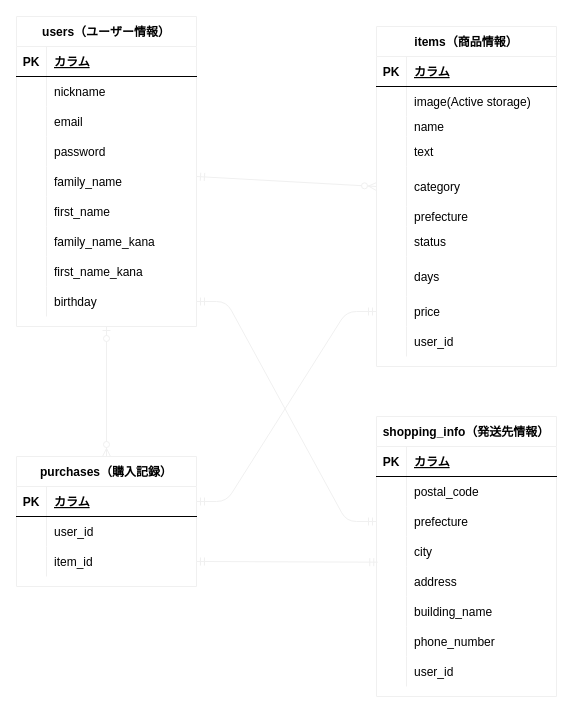
Above: furima.dio in matsunaga1994/furima-35546 (draw.io), before the change. Source tidied: cells renumbered, new cells numbered last; positions are measured from the earlier drawing's top-left corner, leaving out a move shared by most shapes. Both pictures are drawn from the tidied source at 100%, with x=0, y=0 at pixel (16, 16).
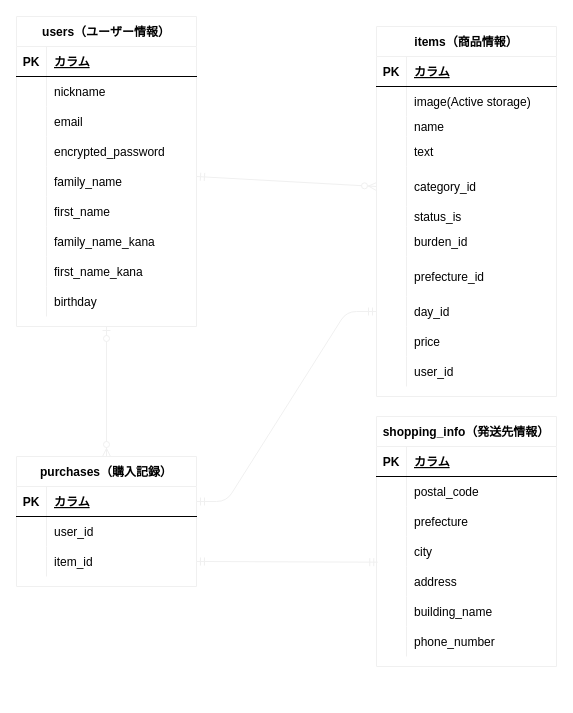
After the change.

Commit message (it also covers changes not shown here):
ER図、README修正

Unchanged cells that the change refers to:
```xml
<mxCell id="12" style="shape=partialRectangle;fillColor=none;top=0;left=0;bottom=0;right=0;" parent="2" vertex="1">
  <mxGeometry y="120" width="180" height="30" as="geometry" />
</mxCell>
<mxCell id="27" style="shape=partialRectangle;fillColor=none;top=0;left=0;bottom=0;right=0;points=[[0,0.5],[1,0.5]];portConstraint=eastwest;" parent="2" vertex="1">
  <mxGeometry y="270" width="180" height="30" as="geometry" />
</mxCell>
<mxCell id="43" style="shape=partialRectangle;fillColor=none;top=0;left=0;bottom=0;right=0;points=[[0,0.5],[1,0.5]];portConstraint=eastwest;" parent="30" vertex="1">
  <mxGeometry y="140" width="180" height="40" as="geometry" />
</mxCell>
<mxCell id="46" style="shape=partialRectangle;fillColor=none;top=0;left=0;bottom=0;right=0;" parent="30" vertex="1">
  <mxGeometry y="180" width="180" height="20" as="geometry" />
</mxCell>
<mxCell id="49" style="shape=partialRectangle;fillColor=none;top=0;left=0;bottom=0;right=0;" parent="30" vertex="1">
  <mxGeometry y="200" width="180" height="30" as="geometry" />
</mxCell>
<mxCell id="52" style="shape=partialRectangle;fillColor=none;top=0;left=0;bottom=0;right=0;" parent="30" vertex="1">
  <mxGeometry y="230" width="180" height="40" as="geometry" />
</mxCell>
<mxCell id="55" style="shape=partialRectangle;fillColor=none;top=0;left=0;bottom=0;right=0;points=[[0,0.5],[1,0.5]];portConstraint=eastwest;" parent="30" vertex="1">
  <mxGeometry y="270" width="180" height="30" as="geometry" />
</mxCell>
<mxCell id="58" style="shape=partialRectangle;fillColor=none;top=0;left=0;bottom=0;right=0;" parent="30" vertex="1">
  <mxGeometry y="300" width="180" height="30" as="geometry" />
</mxCell>
<mxCell id="78" style="shape=partialRectangle;fillColor=none;top=0;left=0;bottom=0;right=0;points=[[0,0.5],[1,0.5]];portConstraint=eastwest;" parent="71" vertex="1">
  <mxGeometry y="90" width="180" height="30" as="geometry" />
</mxCell>
```

Diff of the diagram source:
```diff
@@
-    <mxCell id="14" value="password" style="shape=partialRectangle;fillColor=none;top=0;left=0;bottom=0;right=0;align=left;spacingLeft=6;overflow=hidden;" parent="12" vertex="1">
+    <mxCell id="14" value="encrypted_password" style="shape=partialRectangle;fillColor=none;top=0;left=0;bottom=0;right=0;align=left;spacingLeft=6;overflow=hidden;" parent="12" vertex="1">
       <mxGeometry x="30" width="150" height="30" as="geometry" />
     </mxCell>
@@
     <mxCell id="30" value="items（商品情報）" style="shape=table;startSize=30;childLayout=tableLayout;rowLines=0;fontStyle=1;align=center;strokeColor=#f0f0f0;" parent="1" vertex="1">
-      <mxGeometry x="360" y="10" width="180" height="340" as="geometry" />
+      <mxGeometry x="360" y="10" width="180" height="370" as="geometry" />
     </mxCell>
@@
-    <mxCell id="45" value="category" style="shape=partialRectangle;fillColor=none;top=0;left=0;bottom=0;right=0;align=left;spacingLeft=6;overflow=hidden;" parent="43" vertex="1">
+    <mxCell id="45" value="category_id" style="shape=partialRectangle;fillColor=none;top=0;left=0;bottom=0;right=0;align=left;spacingLeft=6;overflow=hidden;" parent="43" vertex="1">
       <mxGeometry x="30" width="150" height="40" as="geometry" />
     </mxCell>
@@
-    <mxCell id="48" value="prefecture" style="shape=partialRectangle;fillColor=none;top=0;left=0;bottom=0;right=0;align=left;spacingLeft=6;overflow=hidden;" parent="46" vertex="1">
+    <mxCell id="48" value="status_is" style="shape=partialRectangle;fillColor=none;top=0;left=0;bottom=0;right=0;align=left;spacingLeft=6;overflow=hidden;" parent="46" vertex="1">
       <mxGeometry x="30" width="150" height="20" as="geometry" />
     </mxCell>
@@
-    <mxCell id="51" value="status" style="shape=partialRectangle;fillColor=none;top=0;left=0;bottom=0;right=0;align=left;spacingLeft=6;overflow=hidden;" parent="49" vertex="1">
+    <mxCell id="51" value="burden_id" style="shape=partialRectangle;fillColor=none;top=0;left=0;bottom=0;right=0;align=left;spacingLeft=6;overflow=hidden;" parent="49" vertex="1">
       <mxGeometry x="30" width="150" height="30" as="geometry" />
     </mxCell>
@@
-    <mxCell id="54" value="days" style="shape=partialRectangle;fillColor=none;top=0;left=0;bottom=0;right=0;align=left;spacingLeft=6;overflow=hidden;" parent="52" vertex="1">
+    <mxCell id="54" value="prefecture_id" style="shape=partialRectangle;fillColor=none;top=0;left=0;bottom=0;right=0;align=left;spacingLeft=6;overflow=hidden;" parent="52" vertex="1">
       <mxGeometry x="30" width="150" height="40" as="geometry" />
     </mxCell>
@@
-    <mxCell id="57" value="price" style="shape=partialRectangle;fillColor=none;top=0;left=0;bottom=0;right=0;align=left;spacingLeft=6;overflow=hidden;" parent="55" vertex="1">
+    <mxCell id="57" value="day_id" style="shape=partialRectangle;fillColor=none;top=0;left=0;bottom=0;right=0;align=left;spacingLeft=6;overflow=hidden;" parent="55" vertex="1">
       <mxGeometry x="30" width="150" height="30" as="geometry" />
     </mxCell>
@@
-    <mxCell id="60" value="user_id" style="shape=partialRectangle;fillColor=none;top=0;left=0;bottom=0;right=0;align=left;spacingLeft=6;overflow=hidden;" parent="58" vertex="1">
+    <mxCell id="60" value="price" style="shape=partialRectangle;fillColor=none;top=0;left=0;bottom=0;right=0;align=left;spacingLeft=6;overflow=hidden;" parent="58" vertex="1">
       <mxGeometry x="30" width="150" height="30" as="geometry" />
     </mxCell>
+    <mxCell id="101" style="shape=partialRectangle;fillColor=none;top=0;left=0;bottom=0;right=0;" parent="30" vertex="1">
+      <mxGeometry y="330" width="180" height="30" as="geometry" />
+    </mxCell>
+    <mxCell id="94" style="shape=partialRectangle;fillColor=none;top=0;left=0;bottom=0;right=0;overflow=hidden;" parent="101" vertex="1">
+      <mxGeometry width="30" height="30" as="geometry" />
+    </mxCell>
+    <mxCell id="95" value="user_id" style="shape=partialRectangle;fillColor=none;top=0;left=0;bottom=0;right=0;align=left;spacingLeft=6;overflow=hidden;" parent="101" vertex="1">
+      <mxGeometry x="30" width="150" height="30" as="geometry" />
+    </mxCell>
@@
     <mxCell id="71" value="shopping_info（発送先情報）" style="shape=table;startSize=30;childLayout=tableLayout;rowLines=0;fontStyle=1;align=center;strokeColor=#f0f0f0;" parent="1" vertex="1">
-      <mxGeometry x="360" y="400" width="180" height="280" as="geometry" />
+      <mxGeometry x="360" y="400" width="180" height="250" as="geometry" />
     </mxCell>
@@
-    <mxCell id="93" style="shape=partialRectangle;fillColor=none;top=0;left=0;bottom=0;right=0;" parent="71" vertex="1">
-      <mxGeometry y="240" width="180" height="30" as="geometry" />
-    </mxCell>
-    <mxCell id="94" style="shape=partialRectangle;fillColor=none;top=0;left=0;bottom=0;right=0;overflow=hidden;" parent="93" vertex="1">
-      <mxGeometry width="30" height="30" as="geometry" />
-    </mxCell>
-    <mxCell id="95" value="user_id" style="shape=partialRectangle;fillColor=none;top=0;left=0;bottom=0;right=0;align=left;spacingLeft=6;overflow=hidden;" parent="93" vertex="1">
-      <mxGeometry x="30" width="150" height="30" as="geometry" />
-    </mxCell>
@@
-    <mxCell id="98" style="edgeStyle=entityRelationEdgeStyle;fontSize=12;html=1;endArrow=ERmandOne;startArrow=ERmandOne;strokeColor=#f0f0f0;entryX=0;entryY=0.5;entryDx=0;entryDy=0;exitX=1;exitY=0.5;exitDx=0;exitDy=0;" parent="1" edge="1" source="27" target="78">
-      <mxGeometry relative="1" as="geometry" />
-    </mxCell>
```
